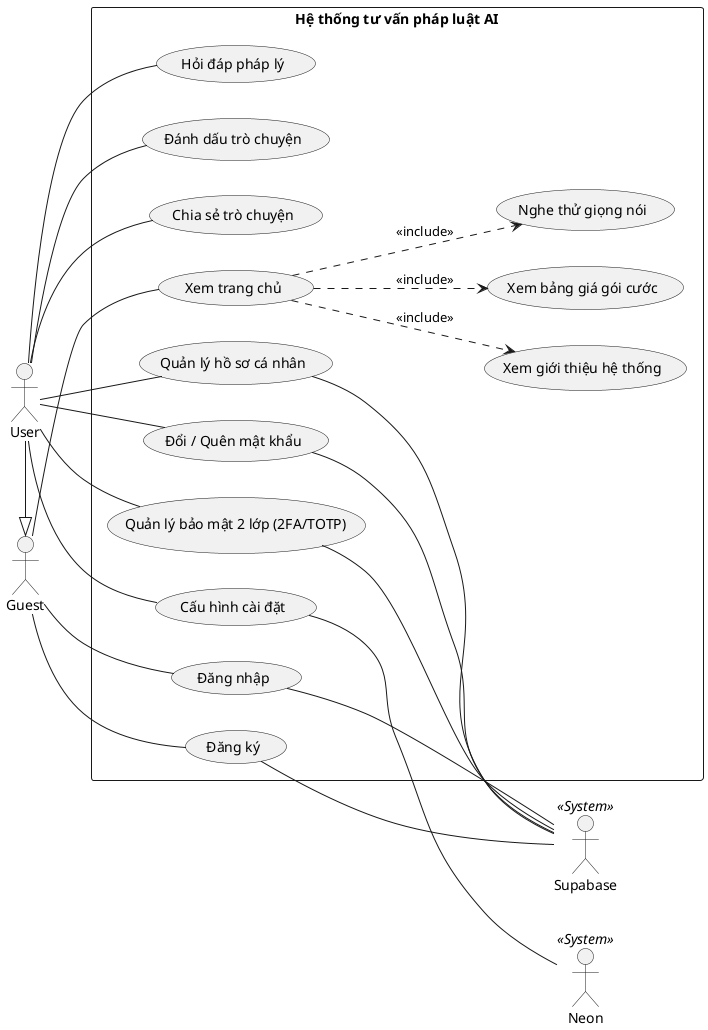
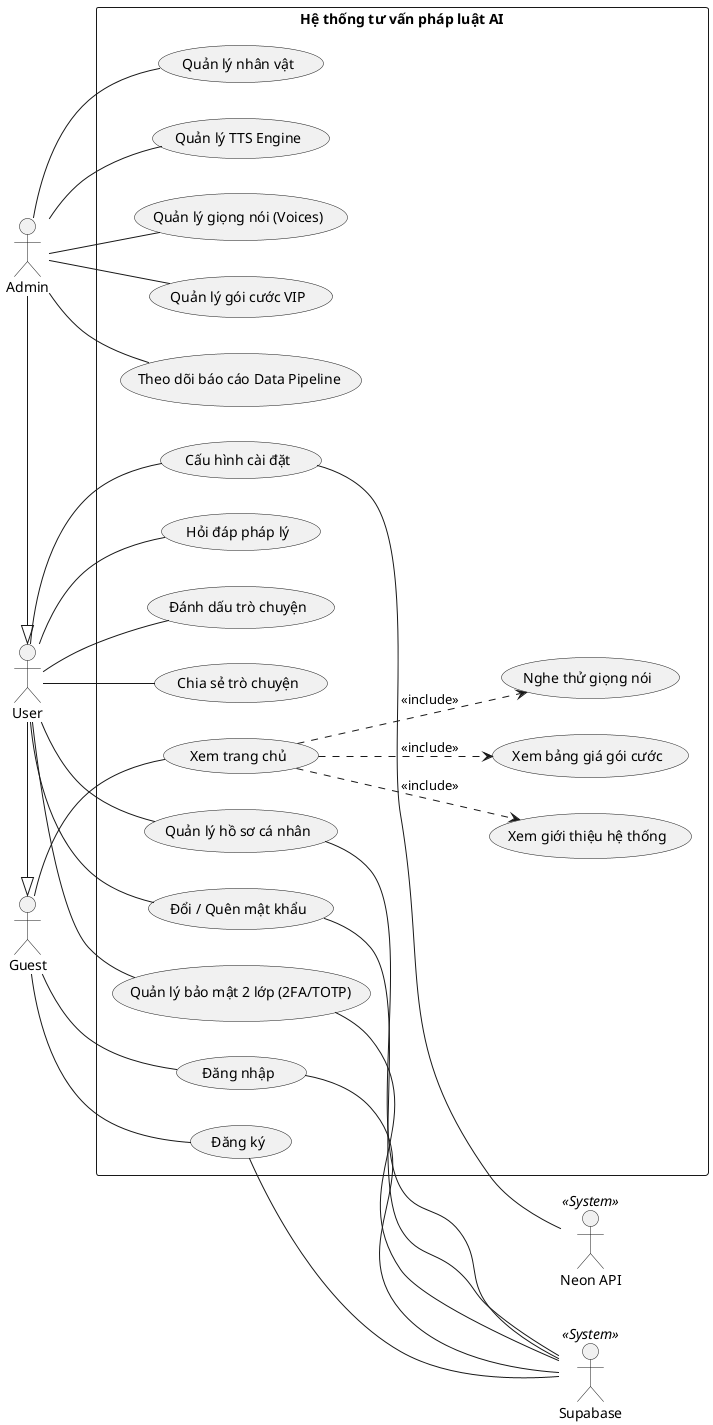



@startuml
left to right direction
skinparam packageStyle rectangle
skinparam shadowing false

+ actor "Admin" as Admin
actor "User" as User
actor "Guest" as Guest

actor "Supabase"   as Supabase   << System >>
- actor "Neon"       as Neon       << System >>
+ actor "Neon API"       as NeonAPI       << System >>


User  -|> Guest
- 
- 
- 
- 
- 
- 
- 
+ Admin -|> User
rectangle "Hệ thống tư vấn pháp luật AI" {
  usecase "Xem trang chủ" as UC_Home
  usecase "Xem giới thiệu hệ thống" as UC_Intro
  usecase "Xem bảng giá gói cước" as UC_Pricing
  usecase "Nghe thử giọng nói" as UC_SampleVoice
  usecase "Đăng ký" as UC_Register
  usecase "Đăng nhập" as UC_Login

  usecase "Quản lý bảo mật 2 lớp (2FA/TOTP)" as UC_MFA
  usecase "Quản lý hồ sơ cá nhân" as UC_Profile
  usecase "Đổi / Quên mật khẩu" as UC_Password
  usecase "Cấu hình cài đặt" as UC_Settings
  usecase "Hỏi đáp pháp lý" as UC_Chat
  usecase "Đánh dấu trò chuyện" as UC_Bookmark
  usecase "Chia sẻ trò chuyện" as UC_Share
+ 
+   usecase "Quản lý nhân vật" as UC_ManagePersona
+   usecase "Quản lý TTS Engine" as UC_ManageTtsEngine
+   usecase "Quản lý giọng nói (Voices)" as UC_ManageVoice
+   usecase "Quản lý gói cước VIP" as UC_ManagePlans
+   usecase "Theo dõi báo cáo Data Pipeline" as UC_PipelineReport

  UC_Home ..> UC_Intro : <<include>>
  UC_Home ..> UC_Pricing : <<include>>
  UC_Home ..> UC_SampleVoice : <<include>>
}

Guest -- UC_Home
Guest -- UC_Register
Guest -- UC_Login

User -- UC_MFA
User -- UC_Profile
User -- UC_Password
User -- UC_Settings
User -- UC_Chat
User -- UC_Bookmark
User -- UC_Share

+ Admin -- UC_ManagePersona
+ Admin -- UC_ManageTtsEngine
+ Admin -- UC_ManageVoice
+ Admin -- UC_ManagePlans
+ Admin -- UC_PipelineReport
+ 
UC_Register -- Supabase
UC_Login -- Supabase
UC_MFA -- Supabase
UC_Profile -- Supabase
UC_Password -- Supabase
- UC_Settings -- Neon
+ UC_Settings -- NeonAPI
@enduml
